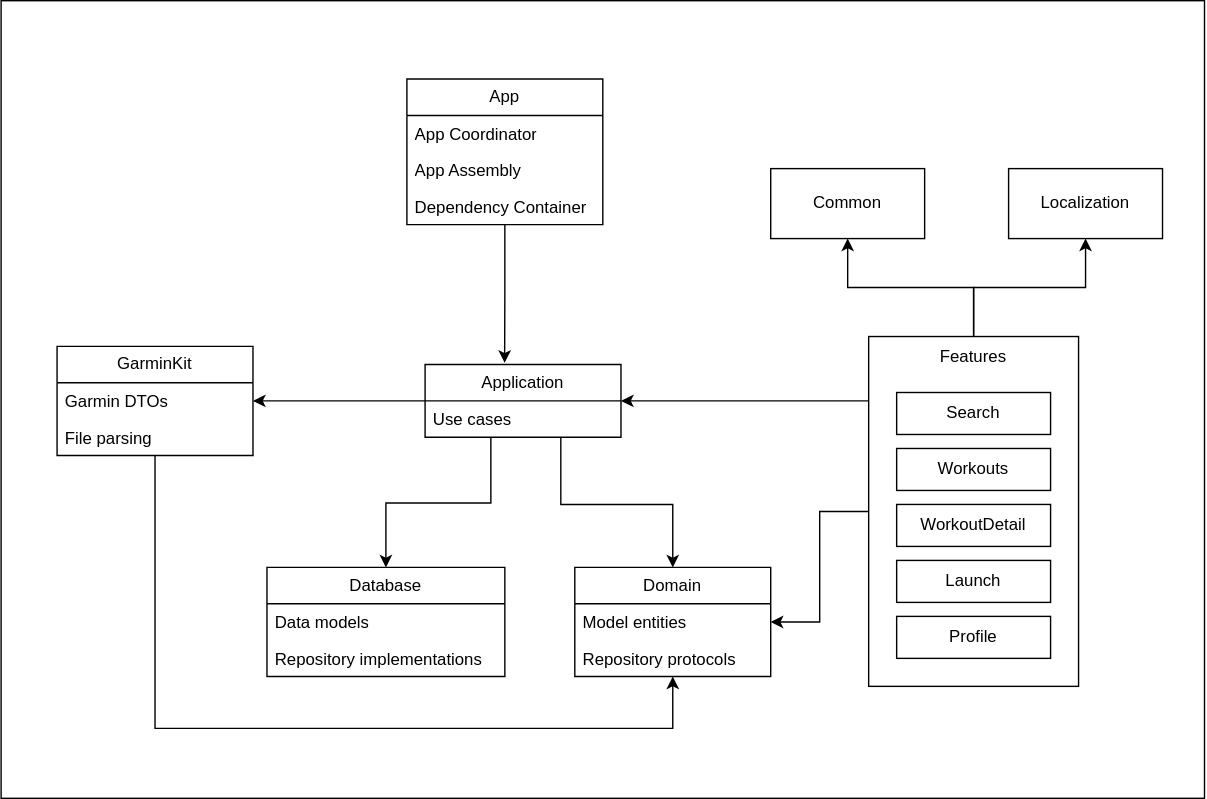
Before: images/Architecture.svg, a diagram exported from draw.io (bzas/Running-app-ios). Source tidied: cells renumbered, new cells last; positions are measured from the earlier drawing's top-left corner, leaving out a move shared by most shapes.
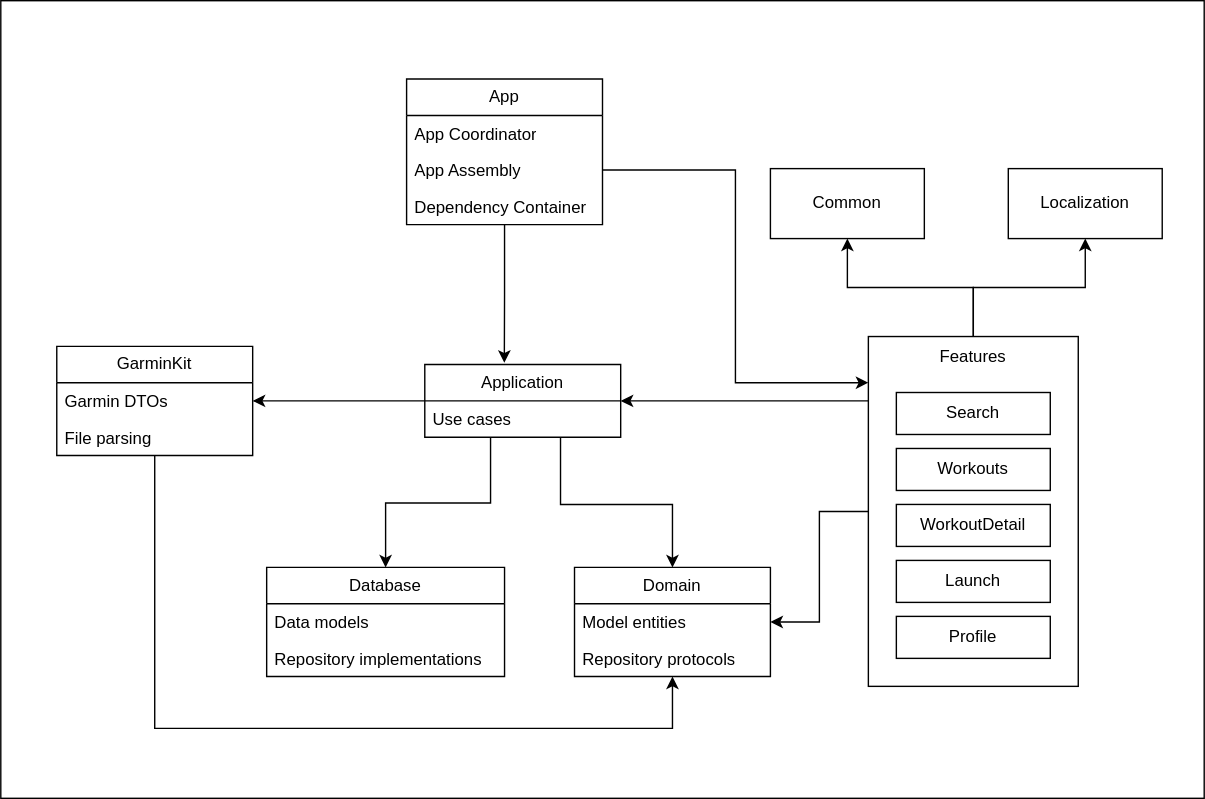
The same diagram one commit later.

The edit, as a diff of the source:
```diff
@@ -124,5 +124,8 @@
     <mxCell id="35" value="Features" style="text;html=1;whiteSpace=wrap;strokeColor=none;fillColor=none;align=center;verticalAlign=middle;rounded=0;" parent="1" vertex="1">
       <mxGeometry x="665" y="240" width="60" height="30" as="geometry" />
     </mxCell>
+    <mxCell id="36" style="edgeStyle=orthogonalEdgeStyle;rounded=0;jettySize=auto;html=1;exitX=1;exitY=0.5;exitDx=0;exitDy=0;entryX=0;entryY=0.132;entryDx=0;entryDy=0;entryPerimeter=0;" parent="1" edge="1" source="22" target="28">
+      <mxGeometry relative="1" as="geometry" />
+    </mxCell>
   </root>
 </mxGraphModel>
```
